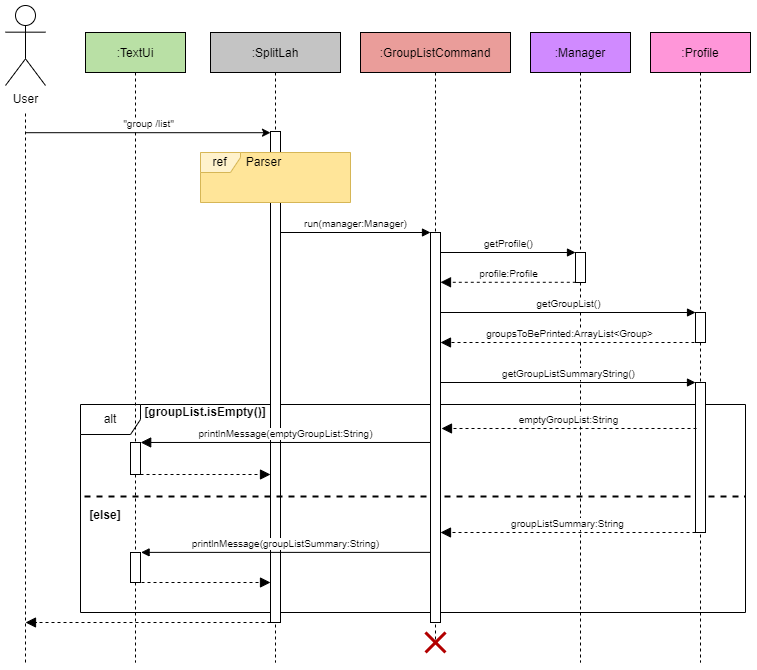
Above: docs/images/developerguide/GroupListCommand.drawio.png in nus-cs2113-AY2122S2/tp (draw.io), before the change. Source tidied: cells renumbered, new cells last; positions are measured from the earlier drawing's top-left corner, leaving out a move shared by most shapes.
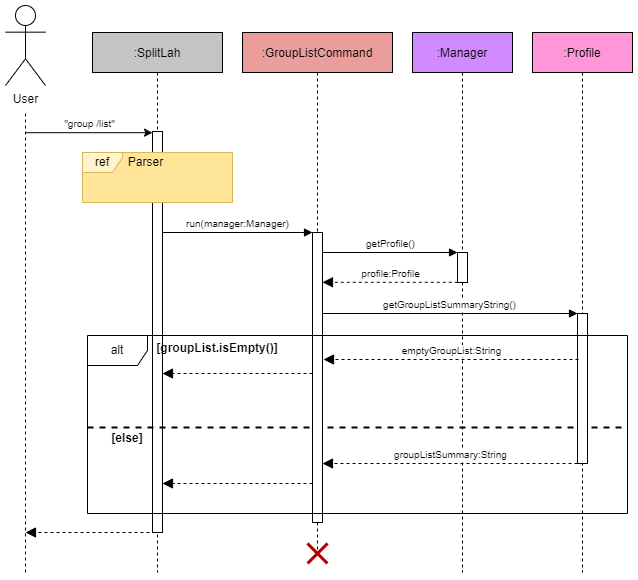
Later version of the same file.

Commit message:
Update GroupListCommand sequence diagram to remove getGroupList method

Diff of the diagram source:
```diff
@@ -2,29 +2,17 @@
   <root>
     <mxCell id="0" />
     <mxCell id="1" parent="0" />
-    <mxCell id="2" value="alt" style="shape=umlFrame;whiteSpace=wrap;html=1;" parent="1" vertex="1">
-      <mxGeometry x="75" y="399" width="665" height="208" as="geometry" />
-    </mxCell>
-    <mxCell id="3" value=":TextUi" style="shape=umlLifeline;perimeter=lifelinePerimeter;rounded=0;shadow=0;strokeWidth=1;fillColor=#B9E0A5;" parent="1" vertex="1">
-      <mxGeometry x="80" y="27" width="100" height="630" as="geometry" />
-    </mxCell>
-    <mxCell id="4" style="html=1;points=[];perimeter=orthogonalPerimeter;rounded=0;" parent="3" vertex="1">
-      <mxGeometry x="45" y="410" width="10" height="32" as="geometry" />
-    </mxCell>
-    <mxCell id="5" style="html=1;perimeter=orthogonalPerimeter;rounded=0;" parent="3" vertex="1">
-      <mxGeometry x="45" y="520" width="10" height="30" as="geometry" />
-    </mxCell>
     <mxCell id="6" value="User" style="shape=umlActor;verticalLabelPosition=bottom;verticalAlign=top;html=1;rounded=0;" parent="1" vertex="1">
       <mxGeometry width="40" height="80" as="geometry" />
     </mxCell>
     <mxCell id="7" style="endArrow=none;dashed=1;html=1;rounded=0;" parent="1" edge="1">
       <mxGeometry relative="1" as="geometry">
-        <mxPoint x="20" y="657" as="sourcePoint" />
+        <mxPoint x="20" y="567" as="sourcePoint" />
         <mxPoint x="20" y="107" as="targetPoint" />
       </mxGeometry>
     </mxCell>
     <mxCell id="8" value=":Manager" style="shape=umlLifeline;perimeter=lifelinePerimeter;rounded=0;shadow=0;strokeWidth=1;fillColor=#D08AFF;" parent="1" vertex="1">
-      <mxGeometry x="525" y="27" width="100" height="630" as="geometry" />
+      <mxGeometry x="407" y="27" width="100" height="540" as="geometry" />
     </mxCell>
     <mxCell id="9" style="html=1;points=[];perimeter=orthogonalPerimeter;rounded=0;" parent="8" vertex="1">
       <mxGeometry x="45" y="220" width="10" height="30" as="geometry" />
@@ -34,19 +22,14 @@
         <mxPoint x="-90" y="220" as="sourcePoint" />
       </mxGeometry>
     </mxCell>
-    <mxCell id="11" value="getGroupList()" style="html=1;verticalAlign=bottom;endArrow=block;rounded=0;fontSize=10;exitX=1;exitY=0.102;exitDx=0;exitDy=0;exitPerimeter=0;entryX=0.003;entryY=0;entryDx=0;entryDy=0;entryPerimeter=0;" parent="8" edge="1" target="22">
-      <mxGeometry relative="1" as="geometry">
-        <mxPoint x="-90" y="280" as="sourcePoint" />
-      </mxGeometry>
-    </mxCell>
     <mxCell id="12" value=":Profile" style="shape=umlLifeline;perimeter=lifelinePerimeter;rounded=0;shadow=0;strokeWidth=1;fillColor=#FF96D9;" parent="1" vertex="1">
-      <mxGeometry x="645" y="27" width="100" height="630" as="geometry" />
+      <mxGeometry x="527" y="27" width="100" height="540" as="geometry" />
     </mxCell>
     <mxCell id="13" value=":SplitLah" style="shape=umlLifeline;perimeter=lifelinePerimeter;rounded=0;shadow=0;strokeWidth=1;fillColor=#C4C4C4;" parent="1" vertex="1">
-      <mxGeometry x="205" y="27" width="130" height="630" as="geometry" />
+      <mxGeometry x="87" y="27" width="130" height="540" as="geometry" />
     </mxCell>
     <mxCell id="14" style="html=1;points=[];perimeter=orthogonalPerimeter;rounded=0;" parent="13" vertex="1">
-      <mxGeometry x="60" y="99" width="10" height="491" as="geometry" />
+      <mxGeometry x="60" y="99" width="10" height="401" as="geometry" />
     </mxCell>
     <mxCell id="15" style="group;fillColor=#FFF2CC;" parent="13" vertex="1">
       <mxGeometry x="-10" y="120" width="150" height="50" as="geometry" />
@@ -63,22 +46,22 @@
     <mxCell id="19" value="Parser" style="text;html=1;align=center;verticalAlign=middle;strokeColor=none;fillColor=none;" parent="17" vertex="1">
       <mxGeometry x="38" width="50" height="20" as="geometry" />
     </mxCell>
+    <mxCell id="29" value="&lt;b&gt;[groupList.isEmpty()]&lt;/b&gt;" style="text;html=1;strokeColor=none;fillColor=none;align=center;verticalAlign=middle;whiteSpace=wrap;rounded=0;" parent="13" vertex="1">
+      <mxGeometry x="95" y="301" width="60" height="30" as="geometry" />
+    </mxCell>
     <mxCell id="20" value="&quot;group /list&quot;" style="html=1;verticalAlign=bottom;endArrow=classic;rounded=0;endFill=1;fontSize=10;" parent="1" edge="1" target="14">
       <mxGeometry relative="1" as="geometry">
         <mxPoint x="20" y="127.2" as="sourcePoint" />
       </mxGeometry>
     </mxCell>
     <mxCell id="21" style="line;strokeWidth=2;fillColor=none;align=left;verticalAlign=middle;spacingTop=-1;spacingLeft=3;spacingRight=3;labelPosition=right;fontSize=10;dashed=1;rounded=0;" parent="1" vertex="1">
-      <mxGeometry x="79" y="487" width="661" height="8" as="geometry" />
+      <mxGeometry x="82" y="418" width="540" height="8" as="geometry" />
     </mxCell>
-    <mxCell id="22" style="html=1;points=[];perimeter=orthogonalPerimeter;rounded=0;" parent="1" vertex="1">
-      <mxGeometry x="690" y="307" width="10" height="30" as="geometry" />
-    </mxCell>
     <mxCell id="23" value=":GroupListCommand" style="shape=umlLifeline;perimeter=lifelinePerimeter;rounded=0;shadow=0;strokeWidth=1;fillColor=#EA9D9A;" parent="1" vertex="1">
-      <mxGeometry x="355" y="27" width="150" height="610" as="geometry" />
+      <mxGeometry x="237" y="27" width="150" height="520" as="geometry" />
     </mxCell>
     <mxCell id="24" style="html=1;points=[];perimeter=orthogonalPerimeter;" parent="23" vertex="1">
-      <mxGeometry x="70" y="200" width="10" height="390" as="geometry" />
+      <mxGeometry x="70" y="200" width="10" height="290" as="geometry" />
     </mxCell>
     <mxCell id="25" value="run(manager:Manager)" style="html=1;verticalAlign=bottom;endArrow=block;rounded=0;fontSize=10;" parent="23" edge="1">
       <mxGeometry relative="1" as="geometry">
@@ -86,69 +69,58 @@
         <mxPoint x="70" y="200" as="targetPoint" />
       </mxGeometry>
     </mxCell>
-    <mxCell id="26" style="shape=umlDestroy;whiteSpace=wrap;html=1;strokeWidth=3;rounded=0;fillColor=#e51400;strokeColor=#B20000;fontColor=#ffffff;" parent="23" vertex="1">
-      <mxGeometry x="65" y="600" width="20" height="20" as="geometry" />
-    </mxCell>
     <mxCell id="27" value="profile:Profile" style="html=1;verticalAlign=bottom;endArrow=block;dashed=1;endSize=8;rounded=0;fontSize=10;exitX=0.028;exitY=0.993;exitDx=0;exitDy=0;exitPerimeter=0;endFill=1;" parent="1" edge="1" source="9" target="24">
       <mxGeometry relative="1" as="geometry" />
     </mxCell>
-    <mxCell id="28" value="groupsToBePrinted:ArrayList&amp;lt;Group&amp;gt;" style="html=1;verticalAlign=bottom;endArrow=block;dashed=1;endSize=8;rounded=0;fontSize=10;endFill=1;exitX=0.5;exitY=1;exitDx=0;exitDy=0;exitPerimeter=0;" parent="1" edge="1" source="22" target="24">
-      <mxGeometry relative="1" as="geometry" />
-    </mxCell>
-    <mxCell id="29" value="&lt;b&gt;[groupList.isEmpty()]&lt;/b&gt;" style="text;html=1;strokeColor=none;fillColor=none;align=center;verticalAlign=middle;whiteSpace=wrap;rounded=0;" parent="1" vertex="1">
-      <mxGeometry x="170" y="392" width="60" height="30" as="geometry" />
-    </mxCell>
-    <mxCell id="30" value="printlnMessage(groupListSummary:String)" style="html=1;verticalAlign=bottom;endArrow=block;rounded=0;fontSize=10;entryX=1.06;entryY=-0.004;entryDx=0;entryDy=0;entryPerimeter=0;" parent="1" edge="1">
-      <mxGeometry relative="1" as="geometry">
-        <mxPoint x="425" y="546.9" as="sourcePoint" />
-        <mxPoint x="135.6" y="546.9" as="targetPoint" />
-      </mxGeometry>
-    </mxCell>
-    <mxCell id="31" style="html=1;verticalAlign=bottom;endArrow=block;dashed=1;endSize=8;rounded=0;fontSize=10;endFill=1;" parent="1" edge="1" source="4">
-      <mxGeometry relative="1" as="geometry">
-        <mxPoint x="265" y="469" as="targetPoint" />
-        <Array as="points">
-          <mxPoint x="230" y="469" />
-        </Array>
-      </mxGeometry>
-    </mxCell>
     <mxCell id="32" style="html=1;verticalAlign=bottom;endArrow=block;dashed=1;endSize=8;rounded=0;fontSize=10;endFill=1;" parent="1" edge="1">
       <mxGeometry relative="1" as="geometry">
-        <mxPoint x="130" y="577" as="sourcePoint" />
-        <mxPoint x="265" y="577" as="targetPoint" />
+        <mxPoint x="307" y="478" as="sourcePoint" />
+        <mxPoint x="157" y="478" as="targetPoint" />
       </mxGeometry>
     </mxCell>
     <mxCell id="33" value="&lt;b&gt;[else]&lt;/b&gt;" style="text;html=1;strokeColor=none;fillColor=none;align=center;verticalAlign=middle;whiteSpace=wrap;rounded=0;" parent="1" vertex="1">
-      <mxGeometry x="70" y="495" width="60" height="30" as="geometry" />
+      <mxGeometry x="92" y="418" width="60" height="30" as="geometry" />
     </mxCell>
     <mxCell id="34" value="groupListSummary:String" style="html=1;verticalAlign=bottom;endArrow=block;dashed=1;endSize=8;rounded=0;fontSize=10;endFill=1;" parent="1" edge="1">
       <mxGeometry relative="1" as="geometry">
-        <mxPoint x="690" y="527" as="sourcePoint" />
-        <mxPoint x="435" y="527" as="targetPoint" />
+        <mxPoint x="572" y="458" as="sourcePoint" />
+        <mxPoint x="317" y="458" as="targetPoint" />
       </mxGeometry>
     </mxCell>
     <mxCell id="35" style="html=1;points=[];perimeter=orthogonalPerimeter;rounded=0;" parent="1" vertex="1">
-      <mxGeometry x="690" y="377" width="10" height="150" as="geometry" />
+      <mxGeometry x="572" y="308" width="10" height="150" as="geometry" />
     </mxCell>
     <mxCell id="36" value="getGroupListSummaryString()" style="html=1;verticalAlign=bottom;endArrow=block;rounded=0;fontSize=10;exitX=1;exitY=0.102;exitDx=0;exitDy=0;exitPerimeter=0;" parent="1" edge="1" target="35">
       <mxGeometry relative="1" as="geometry">
-        <mxPoint x="435" y="377" as="sourcePoint" />
+        <mxPoint x="317" y="308" as="sourcePoint" />
       </mxGeometry>
     </mxCell>
-    <mxCell id="37" value="printlnMessage(emptyGroupList:String)" style="html=1;verticalAlign=bottom;endArrow=block;endSize=8;rounded=0;fontSize=10;endFill=1;entryX=1.018;entryY=-0.001;entryDx=0;entryDy=0;entryPerimeter=0;" parent="1" edge="1" source="24" target="4">
-      <mxGeometry relative="1" as="geometry" />
+    <mxCell id="37" style="html=1;verticalAlign=bottom;endArrow=block;endSize=8;rounded=0;fontSize=10;endFill=1;dashed=1;" parent="1" edge="1">
+      <mxGeometry relative="1" as="geometry">
+        <mxPoint x="307" y="368" as="sourcePoint" />
+        <mxPoint x="157" y="368" as="targetPoint" />
+        <Array as="points">
+          <mxPoint x="212" y="368" />
+        </Array>
+      </mxGeometry>
     </mxCell>
     <mxCell id="38" value="emptyGroupList:String" style="html=1;verticalAlign=bottom;endArrow=block;dashed=1;endSize=8;rounded=0;fontSize=10;endFill=1;" parent="1" edge="1">
       <mxGeometry relative="1" as="geometry">
-        <mxPoint x="691" y="423" as="sourcePoint" />
-        <mxPoint x="436" y="423" as="targetPoint" />
+        <mxPoint x="573" y="354" as="sourcePoint" />
+        <mxPoint x="318" y="354" as="targetPoint" />
       </mxGeometry>
     </mxCell>
     <mxCell id="39" style="html=1;verticalAlign=bottom;endArrow=block;dashed=1;endSize=8;rounded=0;fontSize=10;endFill=1;" parent="1" edge="1">
       <mxGeometry relative="1" as="geometry">
-        <mxPoint x="265" y="617" as="sourcePoint" />
-        <mxPoint x="20" y="617" as="targetPoint" />
+        <mxPoint x="150" y="527" as="sourcePoint" />
+        <mxPoint x="20" y="527" as="targetPoint" />
       </mxGeometry>
     </mxCell>
+    <mxCell id="2" value="alt" style="shape=umlFrame;whiteSpace=wrap;html=1;" parent="1" vertex="1">
+      <mxGeometry x="82" y="330" width="540" height="178" as="geometry" />
+    </mxCell>
+    <mxCell id="26" style="shape=umlDestroy;whiteSpace=wrap;html=1;strokeWidth=3;rounded=0;fillColor=#e51400;strokeColor=#B20000;fontColor=#ffffff;" parent="1" vertex="1">
+      <mxGeometry x="302" y="538" width="20" height="20" as="geometry" />
+    </mxCell>
   </root>
 </mxGraphModel>
```
